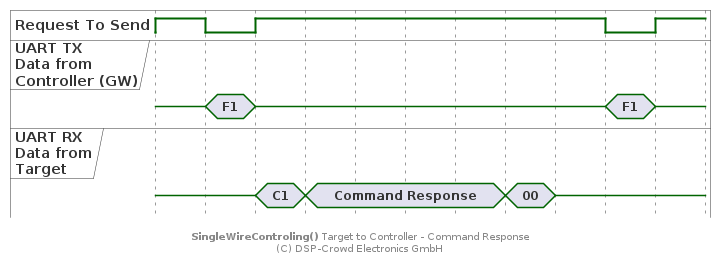
Before: doc/system/protocol/A2_swt-target-to-ctrl_cmd-resp.png, a diagram exported from PlantUML (NoOrientationProgramming/code-orb).
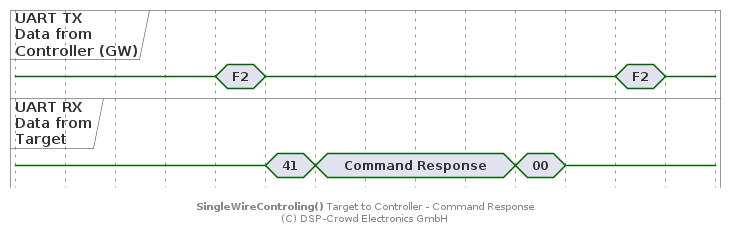
After the commit.

Diff of the diagram source:
```diff
@@ -2,23 +2,23 @@
 
 hide time-axis
 
-binary "Request To Send" as rts
 concise "UART TX\nData from\nController (GW)" as ctrl
 concise "UART RX\nData from\nTarget" as tar
 
 @0
-rts is 1
+ctrl is {-}
+tar is {-}
+
+@+60
 ctrl is {-}
 tar is {-}
 
 @+20
-rts is 0
-ctrl is "F1"
+ctrl is "F2"
 
 @+20
-rts is 1
 ctrl is {-}
-tar is "C1"
+tar is "41"
 
 @+20
 tar is "Command Response"
@@ -30,11 +30,9 @@
 tar is {-}
 
 @+20
-rts is 0
-ctrl is "F1"
+ctrl is "F2"
 
 @+20
-rts is 1
 ctrl is {-}
 
 footer **SingleWireControling()** Target to Controller - Command Response\n(C) DSP-Crowd Electronics GmbH
```
